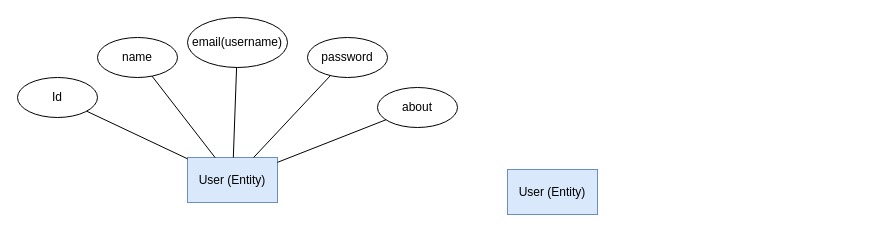
Earlier version of the draw.io diagram blogApp.drawio (DeanG1/blog-app). Source tidied: cells renumbered, new cells numbered last; positions are measured from the earlier drawing's top-left corner, leaving out a move shared by most shapes. Both pictures are drawn from the tidied source at 100%, with x=0, y=0 at pixel (17, 17).
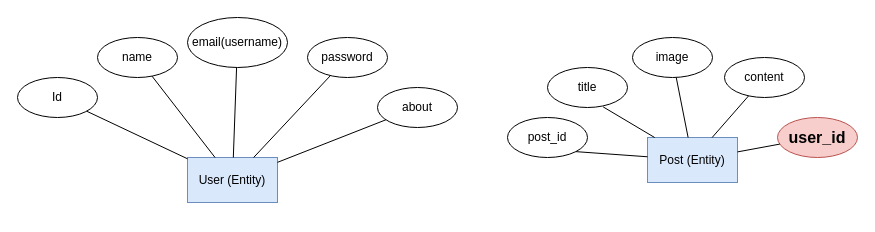
The same diagram, later.

Diff of the diagram source:
```diff
@@
-    <mxCell id="13" value="User (Entity)" style="rounded=0;whiteSpace=wrap;html=1;fillColor=#dae8fc;strokeColor=#6c8ebf;" parent="1" vertex="1">
-      <mxGeometry x="490" y="152" width="90" height="45" as="geometry" />
+    <mxCell id="13" value="Post (Entity)" style="rounded=0;whiteSpace=wrap;html=1;fillColor=#dae8fc;strokeColor=#6c8ebf;" parent="1" vertex="1">
+      <mxGeometry x="630" y="120" width="90" height="45" as="geometry" />
     </mxCell>
+    <mxCell id="14" value="post_id" style="ellipse;whiteSpace=wrap;html=1;" parent="1" vertex="1">
+      <mxGeometry x="490" y="100" width="80" height="40" as="geometry" />
+    </mxCell>
+    <mxCell id="15" value="image" style="ellipse;whiteSpace=wrap;html=1;" parent="1" vertex="1">
+      <mxGeometry x="615" y="20" width="80" height="40" as="geometry" />
+    </mxCell>
+    <mxCell id="16" value="title" style="ellipse;whiteSpace=wrap;html=1;" parent="1" vertex="1">
+      <mxGeometry x="530" y="50" width="80" height="40" as="geometry" />
+    </mxCell>
+    <mxCell id="17" value="content" style="ellipse;whiteSpace=wrap;html=1;" parent="1" vertex="1">
+      <mxGeometry x="707" y="40" width="80" height="40" as="geometry" />
+    </mxCell>
+    <mxCell id="18" value="&lt;b&gt;&lt;font style=&quot;font-size: 16px;&quot;&gt;user_id&lt;/font&gt;&lt;/b&gt;" style="ellipse;whiteSpace=wrap;html=1;fillColor=#f8cecc;strokeColor=#b85450;" parent="1" vertex="1">
+      <mxGeometry x="760" y="100" width="80" height="40" as="geometry" />
+    </mxCell>
+    <mxCell id="19" style="endArrow=none;html=1;rounded=0;entryX=1;entryY=1;entryDx=0;entryDy=0;" parent="1" edge="1" source="13" target="14">
+      <mxGeometry relative="1" as="geometry" />
+    </mxCell>
+    <mxCell id="20" style="endArrow=none;html=1;rounded=0;exitX=0.696;exitY=0.985;exitDx=0;exitDy=0;exitPerimeter=0;" parent="1" edge="1" source="16" target="13">
+      <mxGeometry relative="1" as="geometry" />
+    </mxCell>
+    <mxCell id="21" style="endArrow=none;html=1;rounded=0;" parent="1" edge="1" source="15" target="13">
+      <mxGeometry relative="1" as="geometry" />
+    </mxCell>
+    <mxCell id="22" style="endArrow=none;html=1;rounded=0;" parent="1" edge="1" source="17" target="13">
+      <mxGeometry relative="1" as="geometry" />
+    </mxCell>
+    <mxCell id="23" style="endArrow=none;html=1;rounded=0;" parent="1" edge="1" source="18" target="13">
+      <mxGeometry relative="1" as="geometry" />
+    </mxCell>
```
